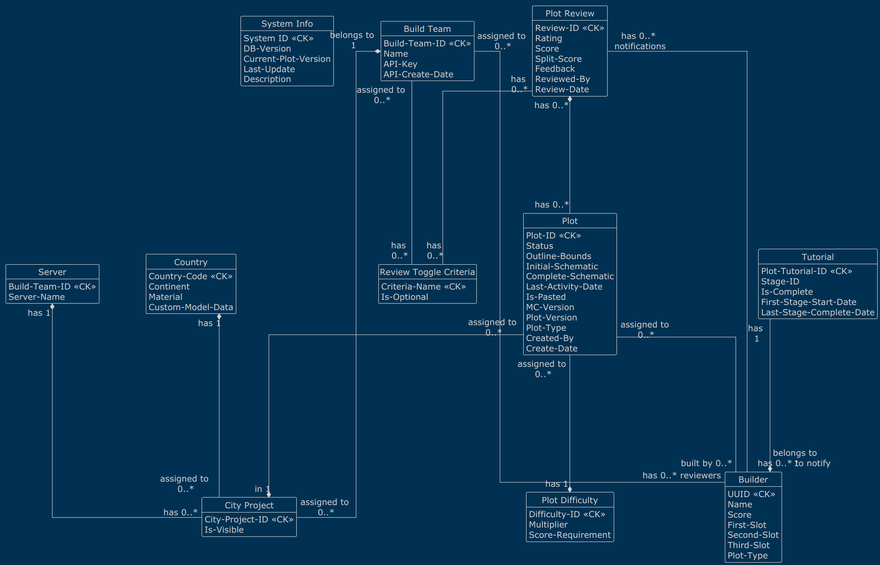
The PlantUML diagram conceptual-db.png in AlpsBTE/Plot-System-DB, before a commit.
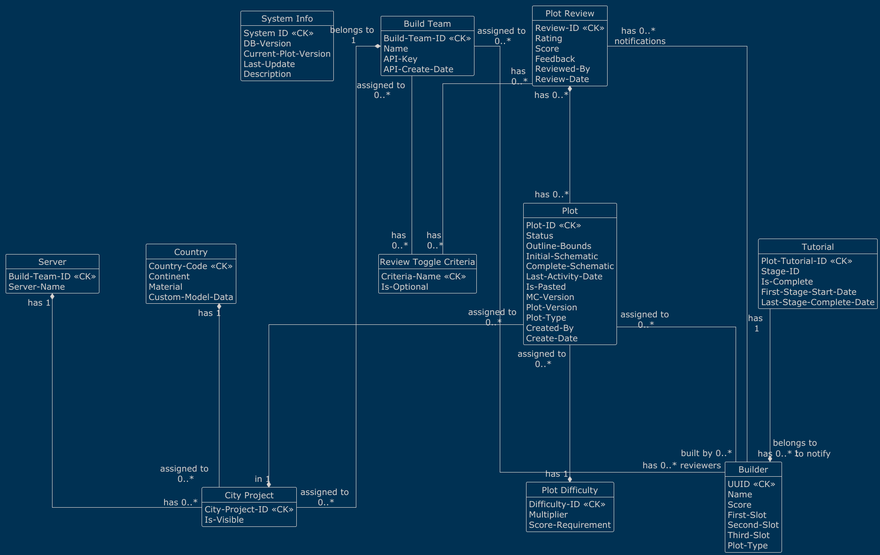
Later version of the same file.

Commit message:
remove split_score column in plot_review table

Diff of the diagram source:
```diff
@@ -84,7 +84,6 @@
     Review-ID <<CK>>
     Rating
     Score
-    Split-Score
     Feedback
     Reviewed-By
     Review-Date
```
